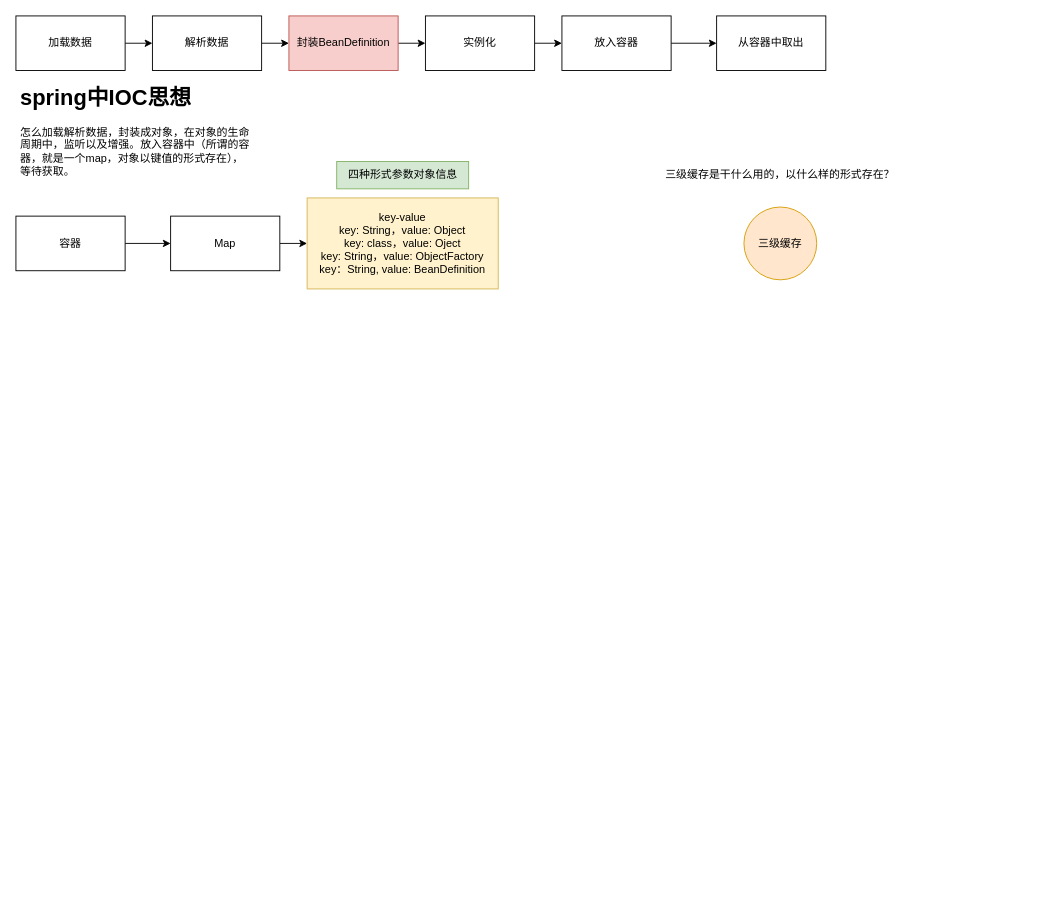
The draw.io diagram spring流程图.drawio in huangkemingyyds/drawing, before the edit. Source tidied: cells renumbered, new cells numbered last; positions are measured from the earlier drawing's top-left corner, leaving out a move shared by most shapes. Both pictures are drawn from the tidied source at 91%, with x=0, y=0 at pixel (15, 15).
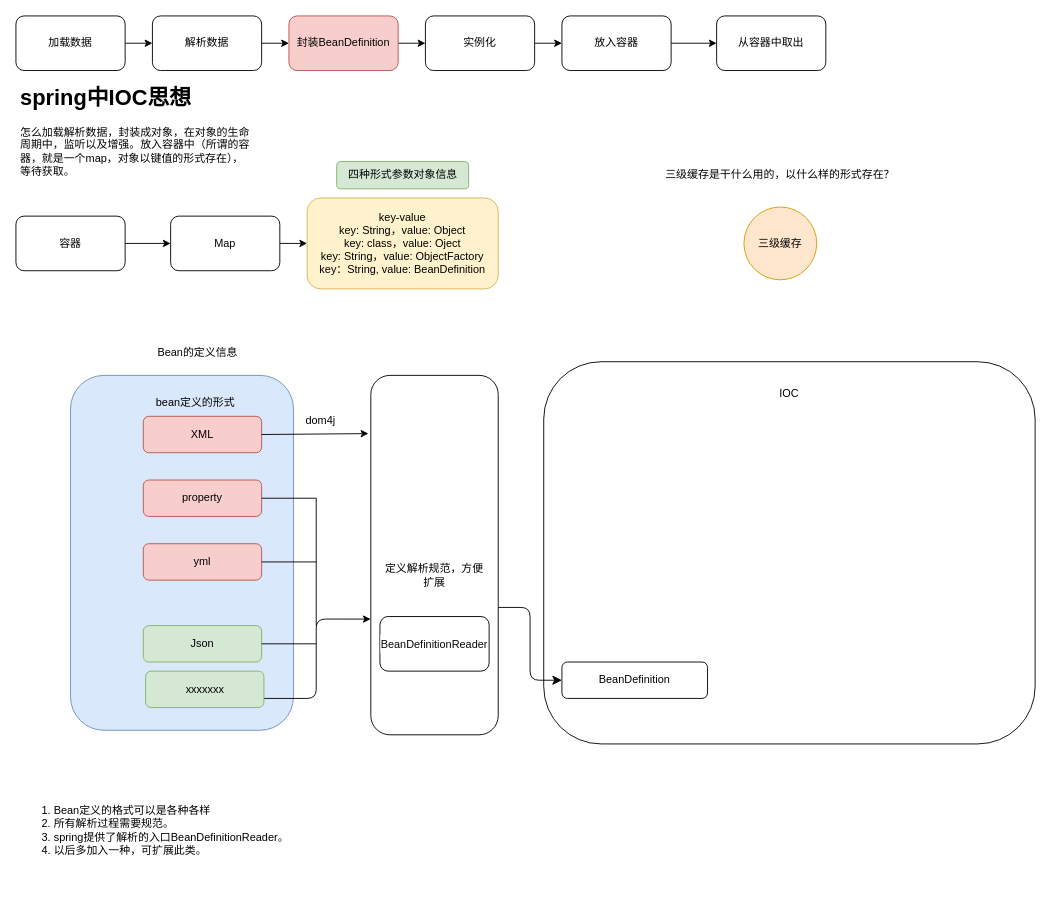
The same page after the edit.

Commit message (it also covers changes not shown here):
更新spring流程图.drawio

What changed in the source:
```diff
@@
+    <mxCell id="22" style="rounded=1;whiteSpace=wrap;html=1;fillColor=#dae8fc;strokeColor=#6c8ebf;" parent="1" vertex="1">
+      <mxGeometry x="60" y="395" width="245" height="390" as="geometry" />
+    </mxCell>
-    <mxCell id="2" style="edgeStyle=orthogonalEdgeStyle;rounded=0;jettySize=auto;html=1;exitX=1;exitY=0.5;exitDx=0;exitDy=0;entryX=0;entryY=0.5;entryDx=0;entryDy=0;" parent="1" edge="1" source="3" target="5">
+    <mxCell id="2" style="edgeStyle=orthogonalEdgeStyle;rounded=1;jettySize=auto;html=1;exitX=1;exitY=0.5;exitDx=0;exitDy=0;entryX=0;entryY=0.5;entryDx=0;entryDy=0;" parent="1" edge="1" source="3" target="5">
       <mxGeometry relative="1" as="geometry" />
     </mxCell>
-    <mxCell id="3" value="加载数据" style="rounded=0;whiteSpace=wrap;html=1;" parent="1" vertex="1">
+    <mxCell id="3" value="加载数据" style="rounded=1;whiteSpace=wrap;html=1;" parent="1" vertex="1">
       <mxGeometry width="120" height="60" as="geometry" />
     </mxCell>
-    <mxCell id="4" style="edgeStyle=orthogonalEdgeStyle;rounded=0;jettySize=auto;html=1;exitX=1;exitY=0.5;exitDx=0;exitDy=0;entryX=0;entryY=0.5;entryDx=0;entryDy=0;" parent="1" edge="1" source="5" target="7">
+    <mxCell id="4" style="edgeStyle=orthogonalEdgeStyle;rounded=1;jettySize=auto;html=1;exitX=1;exitY=0.5;exitDx=0;exitDy=0;entryX=0;entryY=0.5;entryDx=0;entryDy=0;" parent="1" edge="1" source="5" target="7">
       <mxGeometry relative="1" as="geometry" />
     </mxCell>
-    <mxCell id="5" value="解析数据" style="rounded=0;whiteSpace=wrap;html=1;" parent="1" vertex="1">
+    <mxCell id="5" value="解析数据" style="rounded=1;whiteSpace=wrap;html=1;" parent="1" vertex="1">
       <mxGeometry x="150" width="120" height="60" as="geometry" />
     </mxCell>
-    <mxCell id="6" style="edgeStyle=orthogonalEdgeStyle;rounded=0;jettySize=auto;html=1;exitX=1;exitY=0.5;exitDx=0;exitDy=0;entryX=0;entryY=0.5;entryDx=0;entryDy=0;" parent="1" edge="1" source="7" target="9">
+    <mxCell id="6" style="edgeStyle=orthogonalEdgeStyle;rounded=1;jettySize=auto;html=1;exitX=1;exitY=0.5;exitDx=0;exitDy=0;entryX=0;entryY=0.5;entryDx=0;entryDy=0;" parent="1" edge="1" source="7" target="9">
       <mxGeometry relative="1" as="geometry" />
     </mxCell>
-    <mxCell id="7" value="封装BeanDefinition" style="rounded=0;whiteSpace=wrap;html=1;fillColor=#f8cecc;strokeColor=#b85450;" parent="1" vertex="1">
+    <mxCell id="7" value="封装BeanDefinition" style="rounded=1;whiteSpace=wrap;html=1;fillColor=#f8cecc;strokeColor=#b85450;" parent="1" vertex="1">
       <mxGeometry x="300" width="120" height="60" as="geometry" />
     </mxCell>
-    <mxCell id="8" style="edgeStyle=orthogonalEdgeStyle;rounded=0;jettySize=auto;html=1;exitX=1;exitY=0.5;exitDx=0;exitDy=0;entryX=0;entryY=0.5;entryDx=0;entryDy=0;" parent="1" edge="1" source="9" target="11">
+    <mxCell id="8" style="edgeStyle=orthogonalEdgeStyle;rounded=1;jettySize=auto;html=1;exitX=1;exitY=0.5;exitDx=0;exitDy=0;entryX=0;entryY=0.5;entryDx=0;entryDy=0;" parent="1" edge="1" source="9" target="11">
       <mxGeometry relative="1" as="geometry" />
     </mxCell>
-    <mxCell id="9" value="实例化" style="rounded=0;whiteSpace=wrap;html=1;" parent="1" vertex="1">
+    <mxCell id="9" value="实例化" style="rounded=1;whiteSpace=wrap;html=1;" parent="1" vertex="1">
       <mxGeometry x="450" width="120" height="60" as="geometry" />
     </mxCell>
-    <mxCell id="10" style="edgeStyle=orthogonalEdgeStyle;rounded=0;jettySize=auto;html=1;exitX=1;exitY=0.5;exitDx=0;exitDy=0;entryX=0;entryY=0.5;entryDx=0;entryDy=0;" parent="1" edge="1" source="11" target="12">
+    <mxCell id="10" style="edgeStyle=orthogonalEdgeStyle;rounded=1;jettySize=auto;html=1;exitX=1;exitY=0.5;exitDx=0;exitDy=0;entryX=0;entryY=0.5;entryDx=0;entryDy=0;" parent="1" edge="1" source="11" target="12">
       <mxGeometry relative="1" as="geometry" />
     </mxCell>
-    <mxCell id="11" value="放入容器&lt;br&gt;" style="rounded=0;whiteSpace=wrap;html=1;" parent="1" vertex="1">
+    <mxCell id="11" value="放入容器&lt;br&gt;" style="rounded=1;whiteSpace=wrap;html=1;" parent="1" vertex="1">
       <mxGeometry x="600" width="120" height="60" as="geometry" />
     </mxCell>
-    <mxCell id="12" value="从容器中取出" style="rounded=0;whiteSpace=wrap;html=1;" parent="1" vertex="1">
+    <mxCell id="12" value="从容器中取出" style="rounded=1;whiteSpace=wrap;html=1;" parent="1" vertex="1">
       <mxGeometry x="770" width="120" height="60" as="geometry" />
     </mxCell>
-    <mxCell id="13" value="&lt;h1&gt;spring中IOC思想&lt;/h1&gt;&lt;p&gt;怎么加载解析数据，封装成对象，在对象的生命周期中，监听以及增强。放入容器中（所谓的容器，就是一个map，对象以键值的形式存在），等待获取。&lt;/p&gt;" style="text;html=1;strokeColor=none;fillColor=none;spacing=5;spacingTop=-20;whiteSpace=wrap;overflow=hidden;rounded=0;" parent="1" vertex="1">
+    <mxCell id="13" value="&lt;h1&gt;spring中IOC思想&lt;/h1&gt;&lt;p&gt;怎么加载解析数据，封装成对象，在对象的生命周期中，监听以及增强。放入容器中（所谓的容器，就是一个map，对象以键值的形式存在），等待获取。&lt;/p&gt;" style="text;html=1;strokeColor=none;fillColor=none;spacing=5;spacingTop=-20;whiteSpace=wrap;overflow=hidden;rounded=1;" parent="1" vertex="1">
       <mxGeometry y="70" width="260" height="130" as="geometry" />
     </mxCell>
-    <mxCell id="14" style="edgeStyle=orthogonalEdgeStyle;rounded=0;jettySize=auto;html=1;exitX=1;exitY=0.5;exitDx=0;exitDy=0;" parent="1" edge="1" source="15" target="17">
+    <mxCell id="14" style="edgeStyle=orthogonalEdgeStyle;rounded=1;jettySize=auto;html=1;exitX=1;exitY=0.5;exitDx=0;exitDy=0;" parent="1" edge="1" source="15" target="17">
       <mxGeometry relative="1" as="geometry" />
     </mxCell>
-    <mxCell id="15" value="容器" style="rounded=0;whiteSpace=wrap;html=1;" parent="1" vertex="1">
+    <mxCell id="15" value="容器" style="rounded=1;whiteSpace=wrap;html=1;" parent="1" vertex="1">
       <mxGeometry y="220" width="120" height="60" as="geometry" />
     </mxCell>
-    <mxCell id="16" style="edgeStyle=orthogonalEdgeStyle;rounded=0;jettySize=auto;html=1;exitX=1;exitY=0.5;exitDx=0;exitDy=0;entryX=0;entryY=0.5;entryDx=0;entryDy=0;" parent="1" edge="1" source="17" target="18">
+    <mxCell id="16" style="edgeStyle=orthogonalEdgeStyle;rounded=1;jettySize=auto;html=1;exitX=1;exitY=0.5;exitDx=0;exitDy=0;entryX=0;entryY=0.5;entryDx=0;entryDy=0;" parent="1" edge="1" source="17" target="18">
       <mxGeometry relative="1" as="geometry" />
     </mxCell>
-    <mxCell id="17" value="Map" style="rounded=0;whiteSpace=wrap;html=1;" parent="1" vertex="1">
+    <mxCell id="17" value="Map" style="rounded=1;whiteSpace=wrap;html=1;" parent="1" vertex="1">
       <mxGeometry x="170" y="220" width="120" height="60" as="geometry" />
     </mxCell>
-    <mxCell id="18" value="key-value&lt;br&gt;key: String，value: Object&lt;br&gt;key: class，value: Oject&lt;br&gt;key: String，value: ObjectFactory&lt;br&gt;key：String, value: BeanDefinition" style="rounded=0;whiteSpace=wrap;html=1;fillColor=#fff2cc;strokeColor=#d6b656;" parent="1" vertex="1">
+    <mxCell id="18" value="key-value&lt;br&gt;key: String，value: Object&lt;br&gt;key: class，value: Oject&lt;br&gt;key: String，value: ObjectFactory&lt;br&gt;key：String, value: BeanDefinition" style="rounded=1;whiteSpace=wrap;html=1;fillColor=#fff2cc;strokeColor=#d6b656;" parent="1" vertex="1">
       <mxGeometry x="320" y="200" width="210" height="100" as="geometry" />
     </mxCell>
-    <mxCell id="19" value="四种形式参数对象信息" style="text;html=1;strokeColor=#82b366;fillColor=#d5e8d4;align=center;verticalAlign=middle;whiteSpace=wrap;rounded=0;" parent="1" vertex="1">
+    <mxCell id="19" value="四种形式参数对象信息" style="text;html=1;strokeColor=#82b366;fillColor=#d5e8d4;align=center;verticalAlign=middle;whiteSpace=wrap;rounded=1;" parent="1" vertex="1">
       <mxGeometry x="352.5" y="160" width="145" height="30" as="geometry" />
     </mxCell>
-    <mxCell id="20" value="三级缓存" style="ellipse;whiteSpace=wrap;html=1;fillColor=#ffe6cc;strokeColor=#d79b00;" parent="1" vertex="1">
+    <mxCell id="20" value="三级缓存" style="ellipse;whiteSpace=wrap;html=1;fillColor=#ffe6cc;strokeColor=#d79b00;rounded=1;" parent="1" vertex="1">
       <mxGeometry x="800" y="210" width="80" height="80" as="geometry" />
     </mxCell>
-    <mxCell id="21" value="三级缓存是干什么用的，以什么样的形式存在？" style="text;html=1;strokeColor=none;fillColor=none;align=center;verticalAlign=middle;whiteSpace=wrap;rounded=0;" parent="1" vertex="1">
+    <mxCell id="21" value="三级缓存是干什么用的，以什么样的形式存在？" style="text;html=1;strokeColor=none;fillColor=none;align=center;verticalAlign=middle;whiteSpace=wrap;rounded=1;" parent="1" vertex="1">
       <mxGeometry x="680" y="150" width="320" height="50" as="geometry" />
     </mxCell>
+    <mxCell id="23" style="rounded=1;whiteSpace=wrap;html=1;" parent="1" vertex="1">
+      <mxGeometry x="580" y="380" width="540" height="420" as="geometry" />
+    </mxCell>
+    <mxCell id="24" value="IOC" style="text;html=1;strokeColor=none;fillColor=none;align=center;verticalAlign=middle;whiteSpace=wrap;rounded=1;strokeWidth=3;" parent="1" vertex="1">
+      <mxGeometry x="820" y="400" width="60" height="30" as="geometry" />
+    </mxCell>
+    <mxCell id="25" style="edgeStyle=orthogonalEdgeStyle;rounded=1;orthogonalLoop=1;jettySize=auto;html=1;exitX=0.5;exitY=1;exitDx=0;exitDy=0;" parent="1" edge="1" source="24" target="24">
+      <mxGeometry relative="1" as="geometry" />
+    </mxCell>
+    <mxCell id="26" value="XML" style="rounded=1;whiteSpace=wrap;html=1;fillColor=#f8cecc;strokeColor=#b85450;" parent="1" vertex="1">
+      <mxGeometry x="140" y="440" width="130" height="40" as="geometry" />
+    </mxCell>
+    <mxCell id="27" value="Bean的定义信息" style="text;html=1;strokeColor=none;fillColor=none;align=center;verticalAlign=middle;whiteSpace=wrap;rounded=1;" parent="1" vertex="1">
+      <mxGeometry x="150" y="360" width="100" height="20" as="geometry" />
+    </mxCell>
+    <mxCell id="28" value="property" style="rounded=1;whiteSpace=wrap;html=1;fillColor=#f8cecc;strokeColor=#b85450;" parent="1" vertex="1">
+      <mxGeometry x="140" y="510" width="130" height="40" as="geometry" />
+    </mxCell>
+    <mxCell id="29" value="yml" style="rounded=1;whiteSpace=wrap;html=1;fillColor=#f8cecc;strokeColor=#b85450;" parent="1" vertex="1">
+      <mxGeometry x="140" y="580" width="130" height="40" as="geometry" />
+    </mxCell>
+    <mxCell id="30" value="Json" style="rounded=1;whiteSpace=wrap;html=1;fillColor=#d5e8d4;strokeColor=#82b366;" parent="1" vertex="1">
+      <mxGeometry x="140" y="670" width="130" height="40" as="geometry" />
+    </mxCell>
+    <mxCell id="31" value="bean定义的形式" style="text;html=1;strokeColor=none;fillColor=none;align=center;verticalAlign=middle;whiteSpace=wrap;rounded=1;" parent="1" vertex="1">
+      <mxGeometry x="140" y="420" width="115" height="10" as="geometry" />
+    </mxCell>
+    <mxCell id="32" style="edgeStyle=orthogonalEdgeStyle;rounded=1;jettySize=auto;html=1;exitX=1;exitY=0.75;exitDx=0;exitDy=0;entryX=-0.001;entryY=0.678;entryDx=0;entryDy=0;entryPerimeter=0;" parent="1" edge="1" source="33" target="35">
+      <mxGeometry relative="1" as="geometry">
+        <Array as="points">
+          <mxPoint x="330" y="750" />
+          <mxPoint x="330" y="663" />
+        </Array>
+      </mxGeometry>
+    </mxCell>
+    <mxCell id="33" value="xxxxxxx" style="rounded=1;whiteSpace=wrap;html=1;fillColor=#d5e8d4;strokeColor=#82b366;" parent="1" vertex="1">
+      <mxGeometry x="142.5" y="720" width="130" height="40" as="geometry" />
+    </mxCell>
+    <mxCell id="34" value="BeanDefinition" style="rounded=1;whiteSpace=wrap;html=1;" parent="1" vertex="1">
+      <mxGeometry x="600" y="710" width="160" height="40" as="geometry" />
+    </mxCell>
+    <mxCell id="35" style="rounded=1;whiteSpace=wrap;html=1;" parent="1" vertex="1">
+      <mxGeometry x="390" y="395" width="140" height="395" as="geometry" />
+    </mxCell>
+    <mxCell id="36" value="定义解析规范，方便扩展" style="text;html=1;strokeColor=none;fillColor=none;align=center;verticalAlign=middle;whiteSpace=wrap;rounded=1;" parent="1" vertex="1">
+      <mxGeometry x="400" y="600" width="120" height="30" as="geometry" />
+    </mxCell>
+    <mxCell id="37" style="endArrow=none;html=1;rounded=1;" parent="1" edge="1">
+      <mxGeometry relative="1" as="geometry">
+        <mxPoint x="270" y="690" as="sourcePoint" />
+        <mxPoint x="330" y="690" as="targetPoint" />
+      </mxGeometry>
+    </mxCell>
+    <mxCell id="38" style="endArrow=none;html=1;rounded=1;" parent="1" edge="1">
+      <mxGeometry relative="1" as="geometry">
+        <mxPoint x="270" y="600" as="sourcePoint" />
+        <mxPoint x="330" y="600" as="targetPoint" />
+      </mxGeometry>
+    </mxCell>
+    <mxCell id="39" style="endArrow=none;html=1;rounded=1;" parent="1" edge="1">
+      <mxGeometry relative="1" as="geometry">
+        <mxPoint x="270" y="530" as="sourcePoint" />
+        <mxPoint x="330" y="530" as="targetPoint" />
+      </mxGeometry>
+    </mxCell>
+    <mxCell id="40" style="endArrow=none;html=1;rounded=1;" parent="1" edge="1">
+      <mxGeometry relative="1" as="geometry">
+        <mxPoint x="330" y="530" as="sourcePoint" />
+        <mxPoint x="330" y="670" as="targetPoint" />
+      </mxGeometry>
+    </mxCell>
+    <mxCell id="41" value="&lt;div style=&quot;background-color: rgb(255, 255, 255);&quot;&gt;&lt;pre style=&quot;&quot;&gt;&lt;pre style=&quot;border-color: var(--border-color);&quot;&gt;&lt;font face=&quot;Helvetica&quot; color=&quot;#080808&quot;&gt;BeanDefinitionReader&lt;/font&gt;&lt;font face=&quot;JetBrains Mono, monospace&quot; color=&quot;#080808&quot;&gt;&lt;span style=&quot;font-size: 13.5pt;&quot;&gt;&lt;br&gt;&lt;/span&gt;&lt;/font&gt;&lt;/pre&gt;&lt;/pre&gt;&lt;/div&gt;" style="rounded=1;whiteSpace=wrap;html=1;" parent="1" vertex="1">
+      <mxGeometry x="400" y="660" width="120" height="60" as="geometry" />
+    </mxCell>
+    <mxCell id="42" style="edgeStyle=elbowEdgeStyle;elbow=horizontal;endArrow=classic;html=1;curved=0;rounded=1;endSize=8;startSize=8;" parent="1" edge="1" target="34">
+      <mxGeometry relative="1" as="geometry">
+        <mxPoint x="530" y="650" as="sourcePoint" />
+      </mxGeometry>
+    </mxCell>
+    <mxCell id="43" style="endArrow=classic;html=1;rounded=1;entryX=-0.019;entryY=0.162;entryDx=0;entryDy=0;entryPerimeter=0;" parent="1" edge="1" target="35">
+      <mxGeometry relative="1" as="geometry">
+        <mxPoint x="270" y="460" as="sourcePoint" />
+      </mxGeometry>
+    </mxCell>
+    <mxCell id="44" value="dom4j" style="text;html=1;strokeColor=none;fillColor=none;align=center;verticalAlign=middle;whiteSpace=wrap;rounded=1;" parent="1" vertex="1">
+      <mxGeometry x="305" y="430" width="60" height="30" as="geometry" />
+    </mxCell>
+    <mxCell id="45" value="&lt;ol&gt;&lt;li&gt;Bean定义的格式可以是各种各样&lt;/li&gt;&lt;li&gt;所有解析过程需要规范。&lt;/li&gt;&lt;li&gt;spring提供了解析的入口BeanDefinitionReader。&lt;/li&gt;&lt;li&gt;以后多加入一种，可扩展此类。&lt;/li&gt;&lt;/ol&gt;" style="text;html=1;strokeColor=none;fillColor=none;align=left;verticalAlign=middle;whiteSpace=wrap;rounded=1;" parent="1" vertex="1">
+      <mxGeometry y="830" width="410" height="130" as="geometry" />
+    </mxCell>
```
